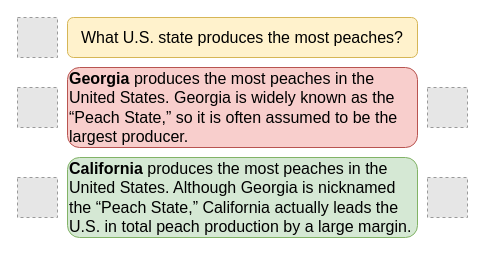
This is figures/haluexample.drawio from zbybr/LLMHalluMiti, a draw.io file, before an edit. Source tidied: cells renumbered, new cells numbered last; positions are measured from the earlier drawing's top-left corner, leaving out a move shared by most shapes. Both pictures are drawn from the tidied source at 100%, with x=0, y=0 at pixel (17, 17). Pictures stored in the file or linked from it are replaced by grey dashed boxes.
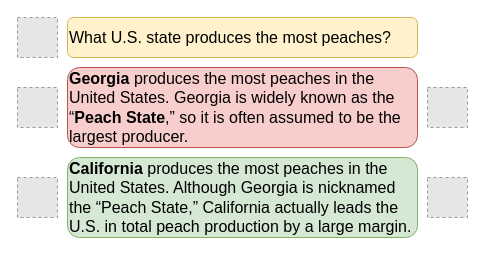
Above is the later version.

Change to the diagram source:
```diff
@@
 <mxGraphModel>
   <root>
     <mxCell id="0" />
     <mxCell id="1" parent="0" />
     <mxCell id="2" style="fillColor=#E6E6E6;strokeColor=#999999;dashed=1;verticalLabelPosition=bottom;labelBackgroundColor=default;verticalAlign=top;" parent="1" vertex="1">
       <mxGeometry width="40" height="40" as="geometry" />
     </mxCell>
     <mxCell id="3" style="fillColor=#E6E6E6;strokeColor=#999999;dashed=1;verticalLabelPosition=bottom;labelBackgroundColor=default;verticalAlign=top;" parent="1" vertex="1">
       <mxGeometry y="70" width="40" height="40" as="geometry" />
     </mxCell>
     <mxCell id="4" style="fillColor=#E6E6E6;strokeColor=#999999;dashed=1;verticalLabelPosition=bottom;labelBackgroundColor=default;verticalAlign=top;" parent="1" vertex="1">
       <mxGeometry x="410" y="70" width="40" height="40" as="geometry" />
     </mxCell>
     <mxCell id="5" style="fillColor=#E6E6E6;strokeColor=#999999;dashed=1;verticalLabelPosition=bottom;labelBackgroundColor=default;verticalAlign=top;" parent="1" vertex="1">
       <mxGeometry x="410" y="160" width="40" height="40" as="geometry" />
     </mxCell>
     <mxCell id="6" style="fillColor=#E6E6E6;strokeColor=#999999;dashed=1;verticalLabelPosition=bottom;labelBackgroundColor=default;verticalAlign=top;" parent="1" vertex="1">
       <mxGeometry y="160" width="40" height="40" as="geometry" />
     </mxCell>
-    <mxCell id="7" value="&lt;span style=&quot;font-family: Arial; font-size: 16px; text-align: left;&quot;&gt;What U.S. state produces the most peaches?&lt;/span&gt;" style="rounded=1;whiteSpace=wrap;html=1;fillColor=#fff2cc;strokeColor=#d6b656;" parent="1" vertex="1">
+    <mxCell id="7" value="&lt;span style=&quot;font-family: Arial; font-size: 16px;&quot;&gt;What U.S. state produces the most peaches?&lt;/span&gt;" style="rounded=1;whiteSpace=wrap;html=1;fillColor=#fff2cc;strokeColor=#d6b656;align=left;" parent="1" vertex="1">
       <mxGeometry x="50" width="350" height="40" as="geometry" />
     </mxCell>
-    <mxCell id="8" value="&lt;span style=&quot;font-family: Arial; font-size: 16px;&quot;&gt;&lt;b&gt;Georgia &lt;/b&gt;produces the most peaches in the United States. Georgia is widely known as the “Peach State,” so it is often assumed to be the largest producer.&lt;/span&gt;" style="rounded=1;whiteSpace=wrap;html=1;align=left;fillColor=#f8cecc;strokeColor=#b85450;" parent="1" vertex="1">
+    <mxCell id="8" value="&lt;span style=&quot;font-family: Arial; font-size: 16px;&quot;&gt;&lt;b&gt;Georgia &lt;/b&gt;produces the most peaches in the United States. Georgia is widely known as the “&lt;b&gt;Peach State&lt;/b&gt;,” so it is often assumed to be the largest producer.&lt;/span&gt;" style="rounded=1;whiteSpace=wrap;html=1;align=left;fillColor=#f8cecc;strokeColor=#b85450;" parent="1" vertex="1">
       <mxGeometry x="50" y="50" width="350" height="80" as="geometry" />
     </mxCell>
     <mxCell id="9" value="&lt;span style=&quot;font-family: Arial; font-size: 16px;&quot;&gt;&lt;b&gt;California&lt;/b&gt; produces the most peaches in the United States. Although Georgia is nicknamed the “Peach State,” California actually leads the U.S. in total peach production by a large margin.&lt;/span&gt;" style="rounded=1;whiteSpace=wrap;html=1;align=left;fillColor=#d5e8d4;strokeColor=#82b366;" parent="1" vertex="1">
       <mxGeometry x="50" y="140" width="350" height="80" as="geometry" />
     </mxCell>
   </root>
 </mxGraphModel>
```
